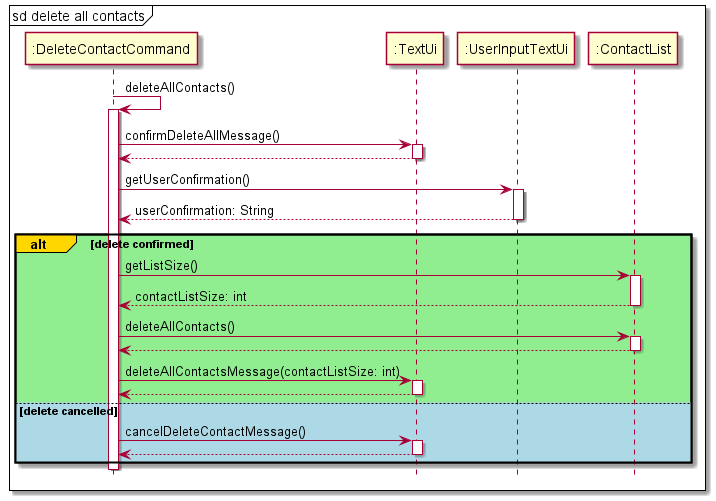
nus-cs2113-AY2122S1/tp keeps this PlantUML diagram as docs/images/DeleteAllContacts.png. Above is the earlier version.
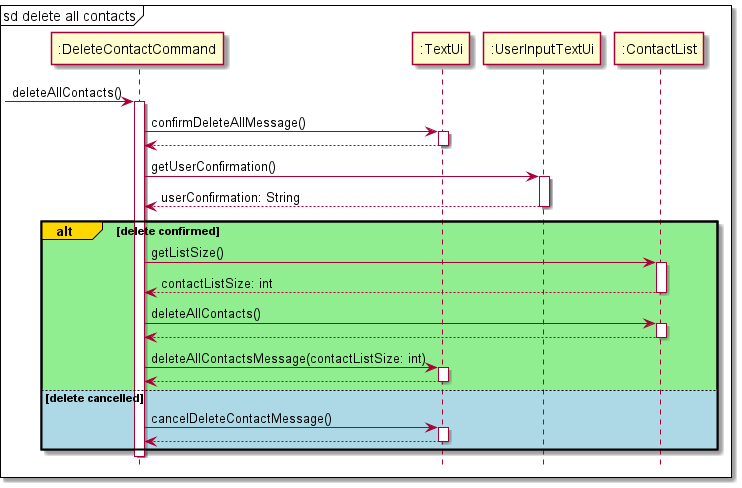
The same diagram one commit later.

Diff of the diagram source:
```diff
@@ -2,7 +2,7 @@
 hide footbox
 mainframe sd delete all contacts
 
-":DeleteContactCommand" -> ":DeleteContactCommand" : deleteAllContacts()
+-> ":DeleteContactCommand" : deleteAllContacts()
 activate ":DeleteContactCommand"
 
 ":DeleteContactCommand" -> ":TextUi" :confirmDeleteAllMessage()
```
